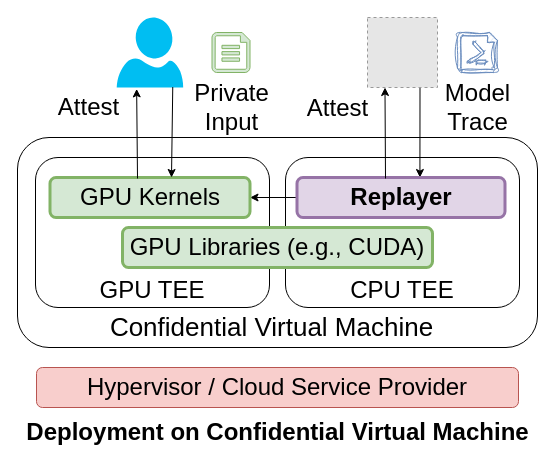
This is page "CCSolutionv2" (7 of 8) of ConfidentialComputing/confAI_current.drawio from ya0guang/researches, a draw.io file, before an edit. Source tidied: cells renumbered, new cells numbered last; positions are measured from the earlier drawing's top-left corner, leaving out a move shared by most shapes. Both pictures are drawn from the tidied source at 100%, with x=0, y=0 at pixel (17, 17). Pictures stored in the file or linked from it are replaced by grey dashed boxes.
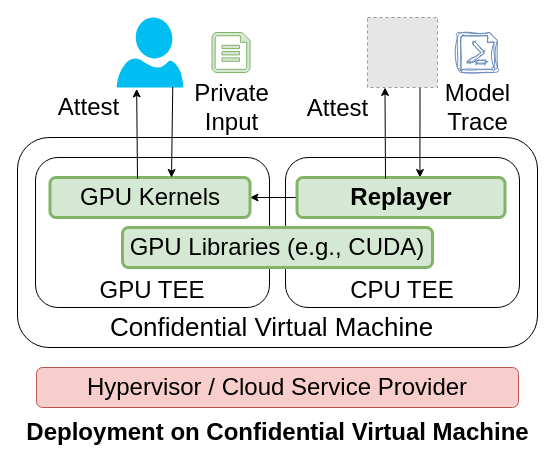
The same diagram, later.

What changed in the source:
```diff
@@
-    <mxCell id="8" value="&lt;span style=&quot;font-size: 24px;&quot;&gt;&lt;b&gt;Replayer&lt;/b&gt;&lt;/span&gt;" style="rounded=1;whiteSpace=wrap;html=1;fillColor=#e1d5e7;strokeColor=#9673a6;glass=0;shadow=0;strokeWidth=3;gradientColor=none;" parent="1" vertex="1">
+    <mxCell id="8" value="&lt;span style=&quot;font-size: 24px;&quot;&gt;&lt;b&gt;Replayer&lt;/b&gt;&lt;/span&gt;" style="rounded=1;whiteSpace=wrap;html=1;fillColor=#d5e8d4;strokeColor=#82b366;glass=0;shadow=0;strokeWidth=3;" parent="1" vertex="1">
       <mxGeometry x="279.5" y="160" width="208" height="40" as="geometry" />
     </mxCell>
```
